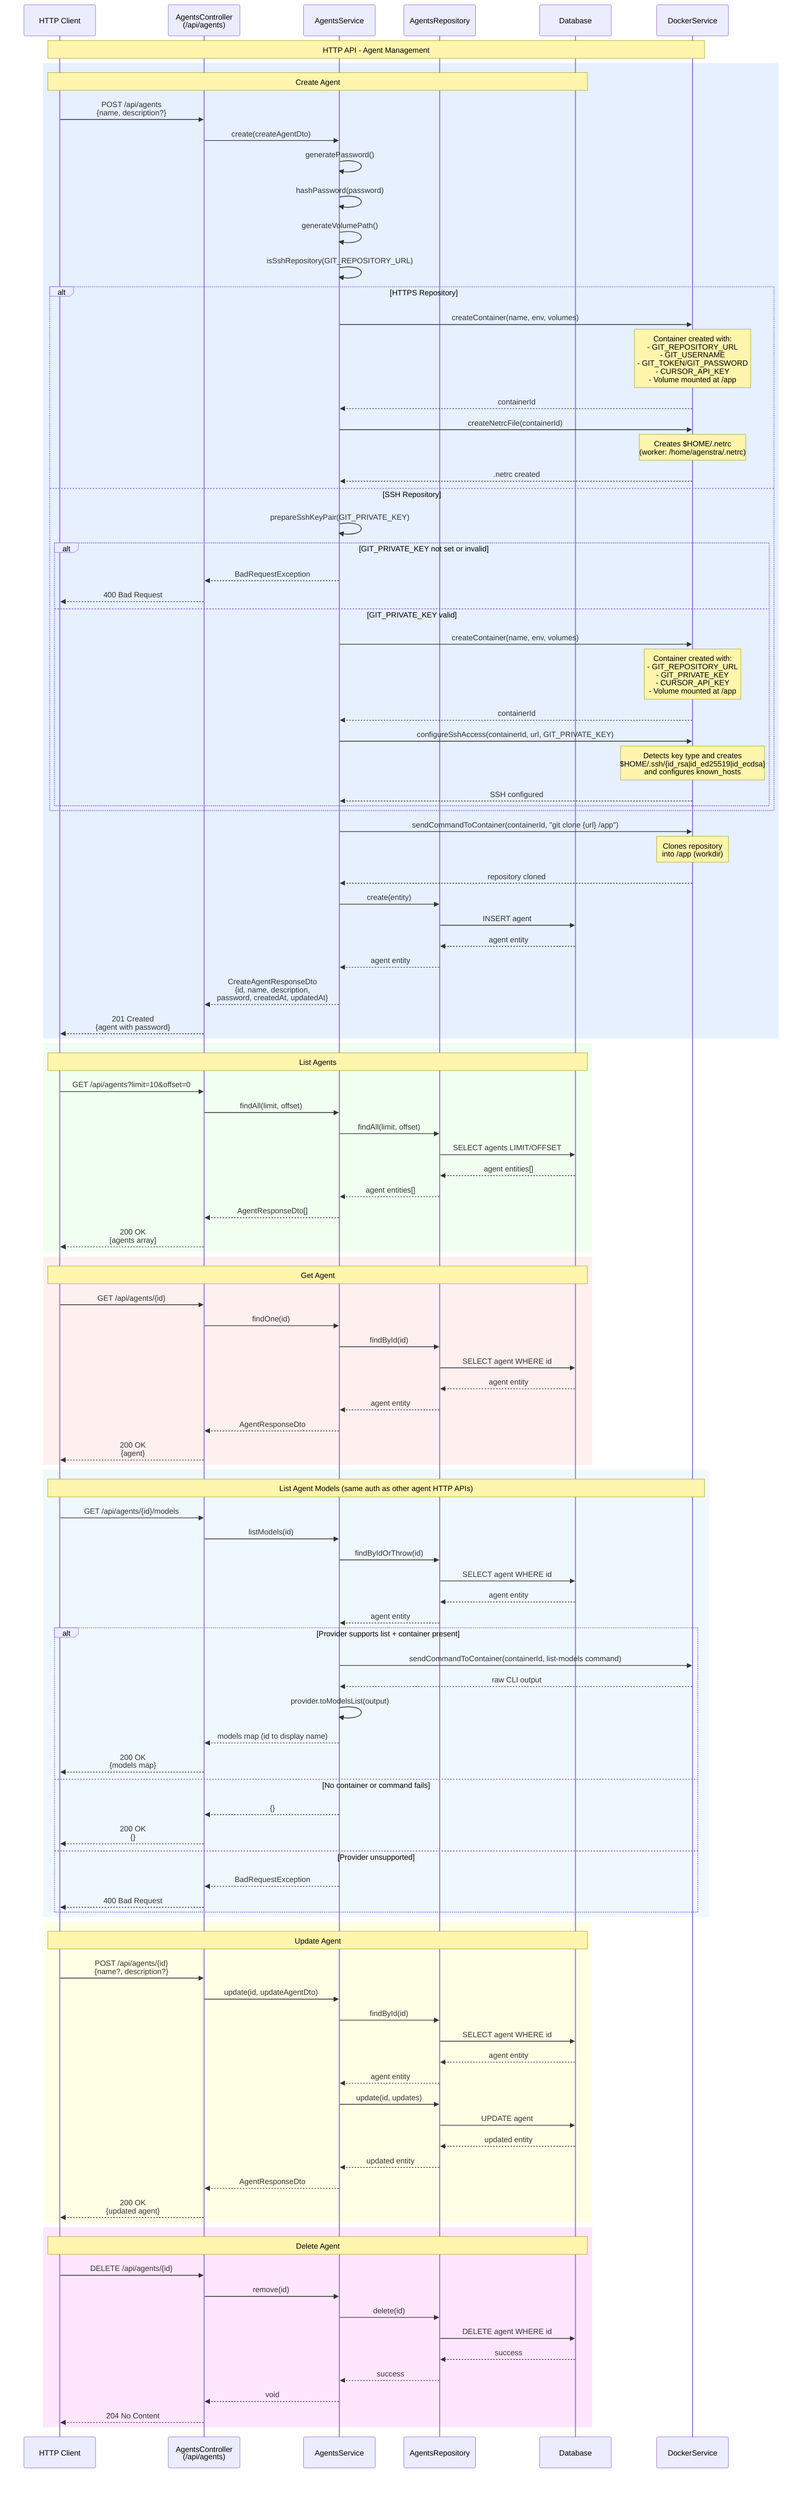
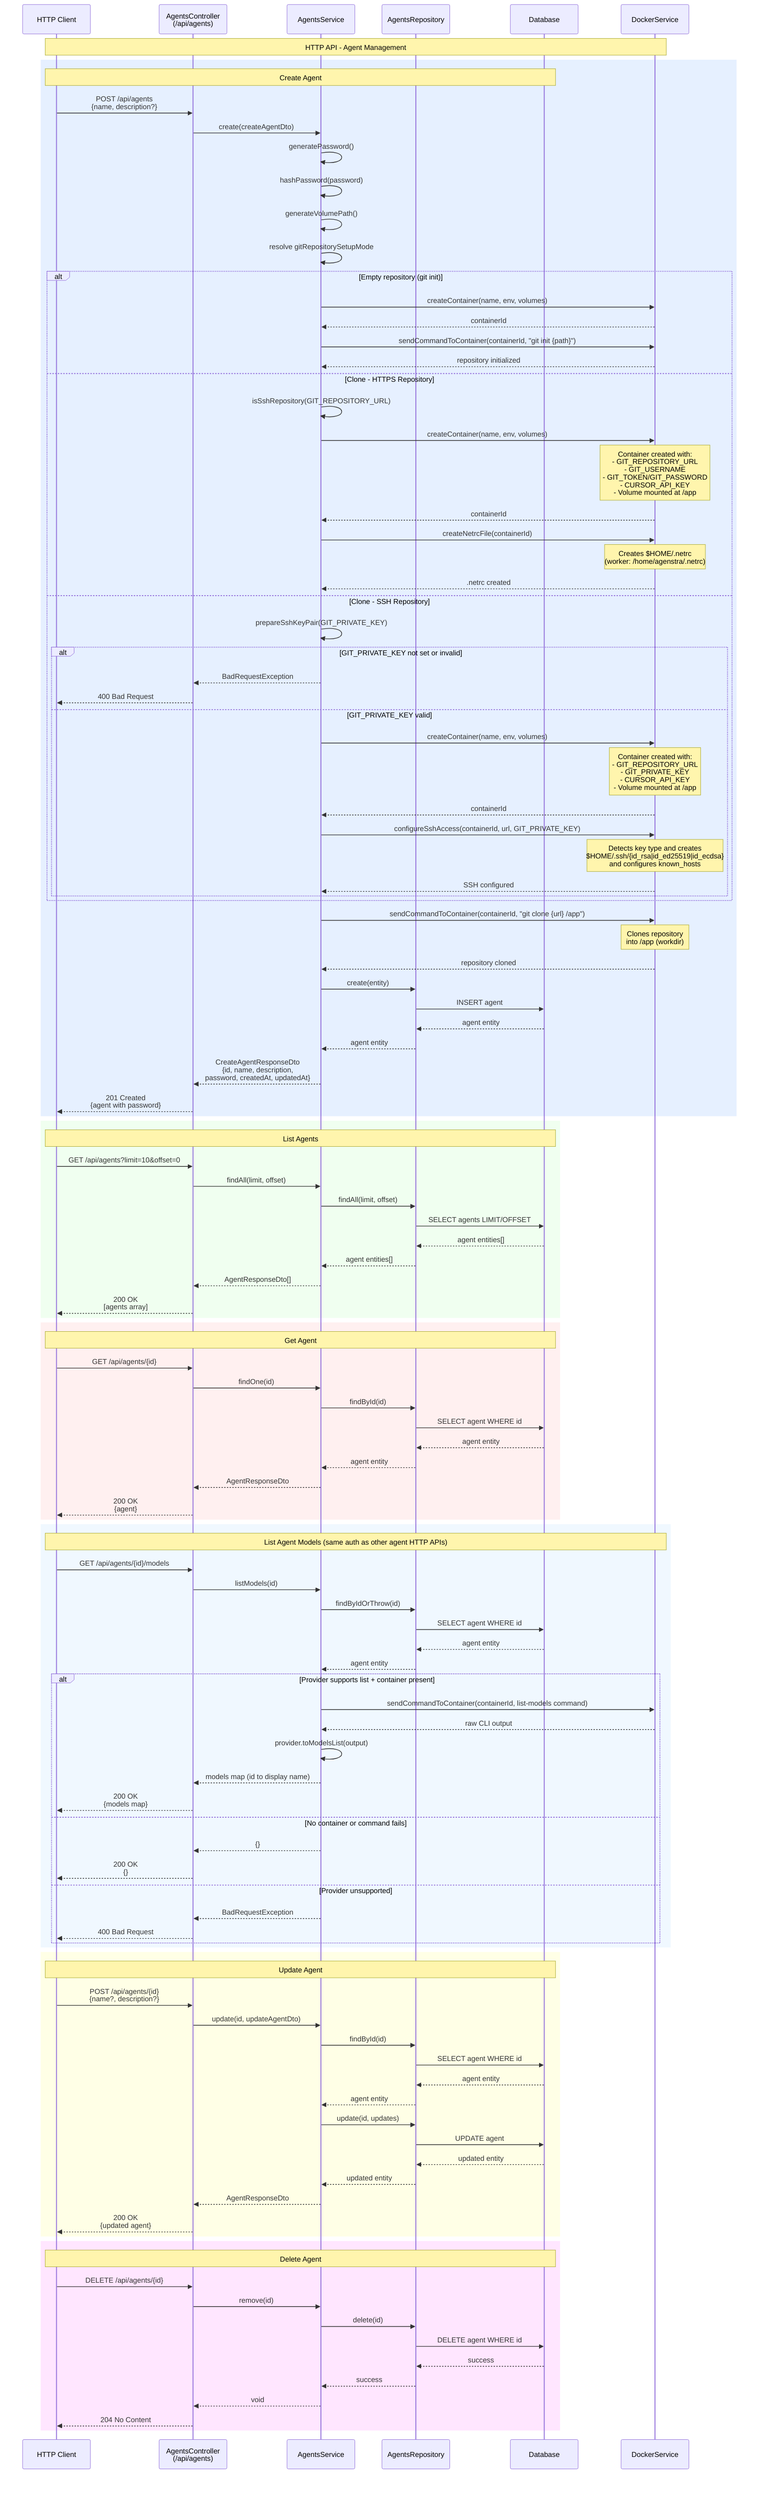
sequenceDiagram
    participant Client as HTTP Client
    participant API as AgentsController<br/>(/api/agents)
    participant Service as AgentsService
    participant Repo as AgentsRepository
    participant DB as Database
    participant Docker as DockerService

    Note over Client,Docker: HTTP API - Agent Management

    rect rgb(230, 240, 255)
        Note over Client,DB: Create Agent
        Client->>API: POST /api/agents<br/>{name, description?}
        API->>Service: create(createAgentDto)
        Service->>Service: generatePassword()
        Service->>Service: hashPassword(password)
        Service->>Service: generateVolumePath()
-         Service->>Service: isSshRepository(GIT_REPOSITORY_URL)
-         alt HTTPS Repository
+         Service->>Service: resolve gitRepositorySetupMode
+         alt Empty repository (git init)
+             Service->>Docker: createContainer(name, env, volumes)
+             Docker-->>Service: containerId
+             Service->>Docker: sendCommandToContainer(containerId, "git init {path}")
+             Docker-->>Service: repository initialized
+         else Clone - HTTPS Repository
+             Service->>Service: isSshRepository(GIT_REPOSITORY_URL)
            Service->>Docker: createContainer(name, env, volumes)
            Note over Docker: Container created with:<br/>- GIT_REPOSITORY_URL<br/>- GIT_USERNAME<br/>- GIT_TOKEN/GIT_PASSWORD<br/>- CURSOR_API_KEY<br/>- Volume mounted at /app
            Docker-->>Service: containerId
            Service->>Docker: createNetrcFile(containerId)
            Note over Docker: Creates $HOME/.netrc<br/>(worker: /home/agenstra/.netrc)
            Docker-->>Service: .netrc created
-         else SSH Repository
+         else Clone - SSH Repository
            Service->>Service: prepareSshKeyPair(GIT_PRIVATE_KEY)
            alt GIT_PRIVATE_KEY not set or invalid
                Service-->>API: BadRequestException
                API-->>Client: 400 Bad Request
            else GIT_PRIVATE_KEY valid
                Service->>Docker: createContainer(name, env, volumes)
                Note over Docker: Container created with:<br/>- GIT_REPOSITORY_URL<br/>- GIT_PRIVATE_KEY<br/>- CURSOR_API_KEY<br/>- Volume mounted at /app
                Docker-->>Service: containerId
                Service->>Docker: configureSshAccess(containerId, url, GIT_PRIVATE_KEY)
                Note over Docker: Detects key type and creates<br/>$HOME/.ssh/{id_rsa|id_ed25519|id_ecdsa}<br/>and configures known_hosts
                Docker-->>Service: SSH configured
            end
        end
        Service->>Docker: sendCommandToContainer(containerId, "git clone {url} /app")
        Note over Docker: Clones repository<br/>into /app (workdir)
        Docker-->>Service: repository cloned
        Service->>Repo: create(entity)
        Repo->>DB: INSERT agent
        DB-->>Repo: agent entity
        Repo-->>Service: agent entity
        Service-->>API: CreateAgentResponseDto<br/>{id, name, description,<br/>password, createdAt, updatedAt}
        API-->>Client: 201 Created<br/>{agent with password}
    end

    rect rgb(240, 255, 240)
        Note over Client,DB: List Agents
        Client->>API: GET /api/agents?limit=10&offset=0
        API->>Service: findAll(limit, offset)
        Service->>Repo: findAll(limit, offset)
        Repo->>DB: SELECT agents LIMIT/OFFSET
        DB-->>Repo: agent entities[]
        Repo-->>Service: agent entities[]
        Service-->>API: AgentResponseDto[]
        API-->>Client: 200 OK<br/>[agents array]
    end

    rect rgb(255, 240, 240)
        Note over Client,DB: Get Agent
        Client->>API: GET /api/agents/{id}
        API->>Service: findOne(id)
        Service->>Repo: findById(id)
        Repo->>DB: SELECT agent WHERE id
        DB-->>Repo: agent entity
        Repo-->>Service: agent entity
        Service-->>API: AgentResponseDto
        API-->>Client: 200 OK<br/>{agent}
    end

    rect rgb(240, 248, 255)
        Note over Client,Docker: List Agent Models (same auth as other agent HTTP APIs)
        Client->>API: GET /api/agents/{id}/models
        API->>Service: listModels(id)
        Service->>Repo: findByIdOrThrow(id)
        Repo->>DB: SELECT agent WHERE id
        DB-->>Repo: agent entity
        Repo-->>Service: agent entity
        alt Provider supports list + container present
            Service->>Docker: sendCommandToContainer(containerId, list-models command)
            Docker-->>Service: raw CLI output
            Service->>Service: provider.toModelsList(output)
            Service-->>API: models map (id to display name)
            API-->>Client: 200 OK<br/>{models map}
        else No container or command fails
            Service-->>API: {}
            API-->>Client: 200 OK<br/>{}
        else Provider unsupported
            Service-->>API: BadRequestException
            API-->>Client: 400 Bad Request
        end
    end

    rect rgb(255, 255, 230)
        Note over Client,DB: Update Agent
        Client->>API: POST /api/agents/{id}<br/>{name?, description?}
        API->>Service: update(id, updateAgentDto)
        Service->>Repo: findById(id)
        Repo->>DB: SELECT agent WHERE id
        DB-->>Repo: agent entity
        Repo-->>Service: agent entity
        Service->>Repo: update(id, updates)
        Repo->>DB: UPDATE agent
        DB-->>Repo: updated entity
        Repo-->>Service: updated entity
        Service-->>API: AgentResponseDto
        API-->>Client: 200 OK<br/>{updated agent}
    end

    rect rgb(255, 230, 255)
        Note over Client,DB: Delete Agent
        Client->>API: DELETE /api/agents/{id}
        API->>Service: remove(id)
        Service->>Repo: delete(id)
        Repo->>DB: DELETE agent WHERE id
        DB-->>Repo: success
        Repo-->>Service: success
        Service-->>API: void
        API-->>Client: 204 No Content
    end
